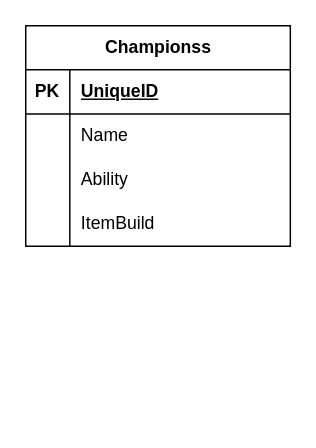
The draw.io diagram Biểu đồ không có tiêu đề.drawio in gnotnaut/TFT, before the edit. Source tidied: cells renumbered, new cells numbered last; positions are measured from the earlier drawing's top-left corner, leaving out a move shared by most shapes. Both pictures are drawn from the tidied source at 147%, with x=0, y=0 at pixel (25, 25).
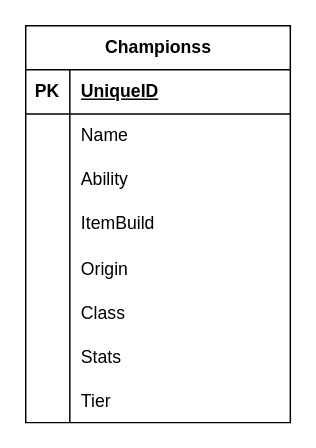
The same diagram, later.

Commit message (it also covers changes not shown here):
Cập nhật Biểu đồ không có tiêu đề.drawio

The edit, as a diff of the source:
```diff
@@
     <mxCell id="2" value="Championss" style="shape=table;startSize=30;childLayout=tableLayout;rowLines=0;fontStyle=1;align=center;html=1;" parent="1" vertex="1">
-      <mxGeometry width="180" height="150" as="geometry" />
+      <mxGeometry width="180" height="270" as="geometry" />
     </mxCell>
@@
+    <mxCell id="15" style="shape=tableRow;horizontal=0;startSize=0;swimlaneHead=0;swimlaneBody=0;fillColor=none;top=0;left=0;right=0;bottom=0;" parent="2" vertex="1">
+      <mxGeometry y="150" width="180" height="30" as="geometry" />
+    </mxCell>
+    <mxCell id="16" style="shape=partialRectangle;fillColor=none;top=0;left=0;bottom=0;right=0;overflow=hidden;" parent="15" vertex="1">
+      <mxGeometry width="30" height="30" as="geometry" />
+    </mxCell>
+    <mxCell id="17" value="Origin" style="shape=partialRectangle;fillColor=none;top=0;left=0;bottom=0;right=0;align=left;spacingLeft=6;overflow=hidden;" parent="15" vertex="1">
+      <mxGeometry x="30" width="150" height="30" as="geometry" />
+    </mxCell>
+    <mxCell id="18" style="shape=tableRow;horizontal=0;startSize=0;swimlaneHead=0;swimlaneBody=0;fillColor=none;top=0;left=0;right=0;bottom=0;" parent="2" vertex="1">
+      <mxGeometry y="180" width="180" height="30" as="geometry" />
+    </mxCell>
+    <mxCell id="19" style="shape=partialRectangle;fillColor=none;top=0;left=0;bottom=0;right=0;overflow=hidden;" parent="18" vertex="1">
+      <mxGeometry width="30" height="30" as="geometry" />
+    </mxCell>
+    <mxCell id="20" value="Class" style="shape=partialRectangle;fillColor=none;top=0;left=0;bottom=0;right=0;align=left;spacingLeft=6;overflow=hidden;" parent="18" vertex="1">
+      <mxGeometry x="30" width="150" height="30" as="geometry" />
+    </mxCell>
+    <mxCell id="21" style="shape=tableRow;horizontal=0;startSize=0;swimlaneHead=0;swimlaneBody=0;fillColor=none;top=0;left=0;right=0;bottom=0;" parent="2" vertex="1">
+      <mxGeometry y="210" width="180" height="30" as="geometry" />
+    </mxCell>
+    <mxCell id="22" style="shape=partialRectangle;fillColor=none;top=0;left=0;bottom=0;right=0;overflow=hidden;" parent="21" vertex="1">
+      <mxGeometry width="30" height="30" as="geometry" />
+    </mxCell>
+    <mxCell id="23" value="Stats" style="shape=partialRectangle;fillColor=none;top=0;left=0;bottom=0;right=0;align=left;spacingLeft=6;overflow=hidden;" parent="21" vertex="1">
+      <mxGeometry x="30" width="150" height="30" as="geometry" />
+    </mxCell>
+    <mxCell id="24" style="shape=tableRow;horizontal=0;startSize=0;swimlaneHead=0;swimlaneBody=0;fillColor=none;top=0;left=0;right=0;bottom=0;" parent="2" vertex="1">
+      <mxGeometry y="240" width="180" height="30" as="geometry" />
+    </mxCell>
+    <mxCell id="25" style="shape=partialRectangle;fillColor=none;top=0;left=0;bottom=0;right=0;overflow=hidden;" parent="24" vertex="1">
+      <mxGeometry width="30" height="30" as="geometry" />
+    </mxCell>
+    <mxCell id="26" value="Tier" style="shape=partialRectangle;fillColor=none;top=0;left=0;bottom=0;right=0;align=left;spacingLeft=6;overflow=hidden;" parent="24" vertex="1">
+      <mxGeometry x="30" width="150" height="30" as="geometry" />
+    </mxCell>
```
